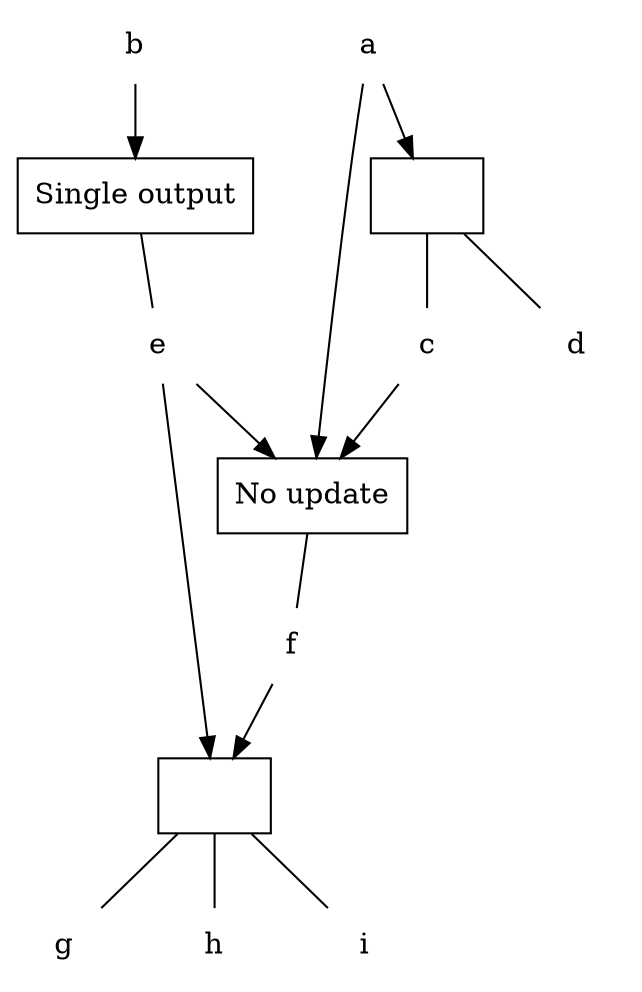
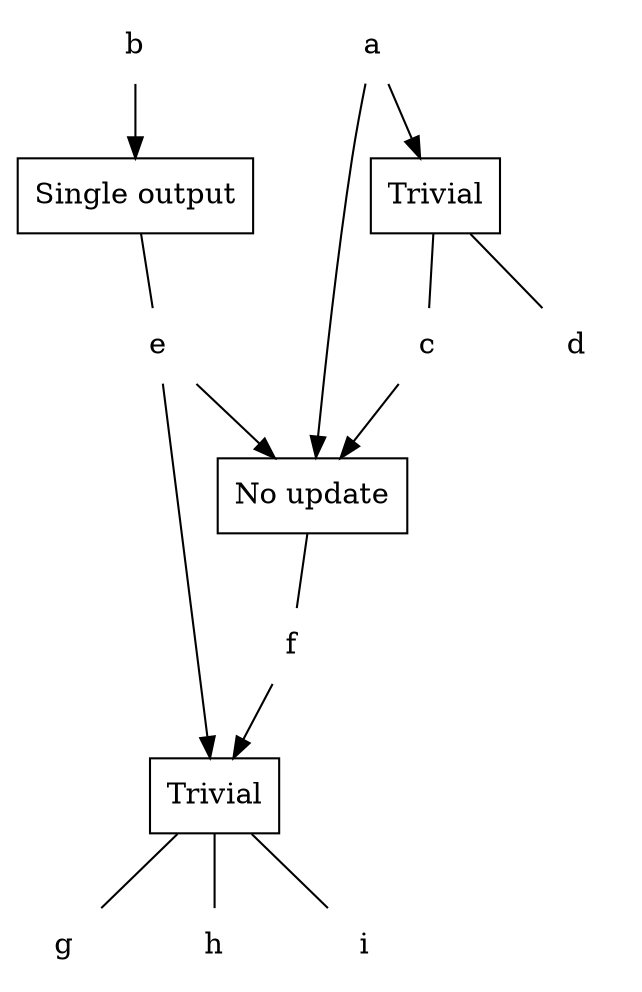
digraph G{
  bgcolor = "transparent";

  subgraph cards {
    node [shape = "box" style = "filled"];
    "1" [label = "No update" fillcolor = "transparent"];
-     "2" [label = "" fillcolor = "white"];
+     "2" [label = "Trivial" fillcolor = "white"];
    "3" [label = "Single output" fillcolor = "white"];
-     "4" [label = "" fillcolor = "white"];
+     "4" [label = "Trivial" fillcolor = "white"];
  }

  subgraph vars {
    node [shape = "none"];
    "5" [label = "f"];
    "6" [label = "c"];
    "7" [label = "d"];
    "8" [label = "e"];
    "9" [label = "g"];
    "10" [label = "h"];
    "11" [label = "i"];
    "12" [label = "a"];
    "13" [label = "b"];
  }

  edge [arrowhead = "none"];
  "1" -> {"5"};
  "2" -> {"6" "7"};
  "3" -> {"8"};
  "4" -> {"9" "10" "11"};

  edge [arrowhead = "normal"];
  "5" -> {"4"};
  "6" -> {"1"};
  "8" -> {"1" "4"};
  "12" -> {"1" "2"};
  "13" -> {"3"};
}
